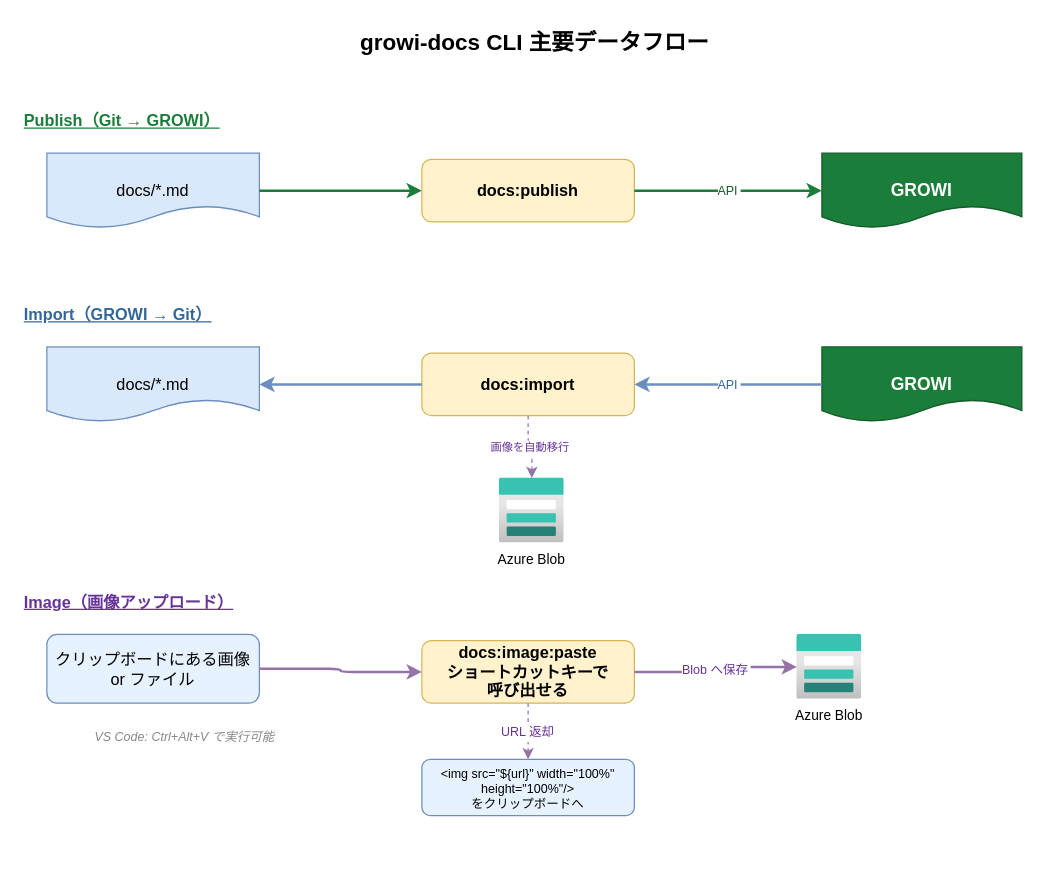
This is TechMeeting202604/docs-dataflow.drawio from Mori-Taiki/Presentation, a draw.io file, before an edit. Source tidied: cells renumbered, new cells numbered last; positions are measured from the earlier drawing's top-left corner, leaving out a move shared by most shapes. Both pictures are drawn from the tidied source at 125%, with x=0, y=0 at pixel (21, 21). Pictures stored in the file or linked from it are replaced by grey dashed boxes.
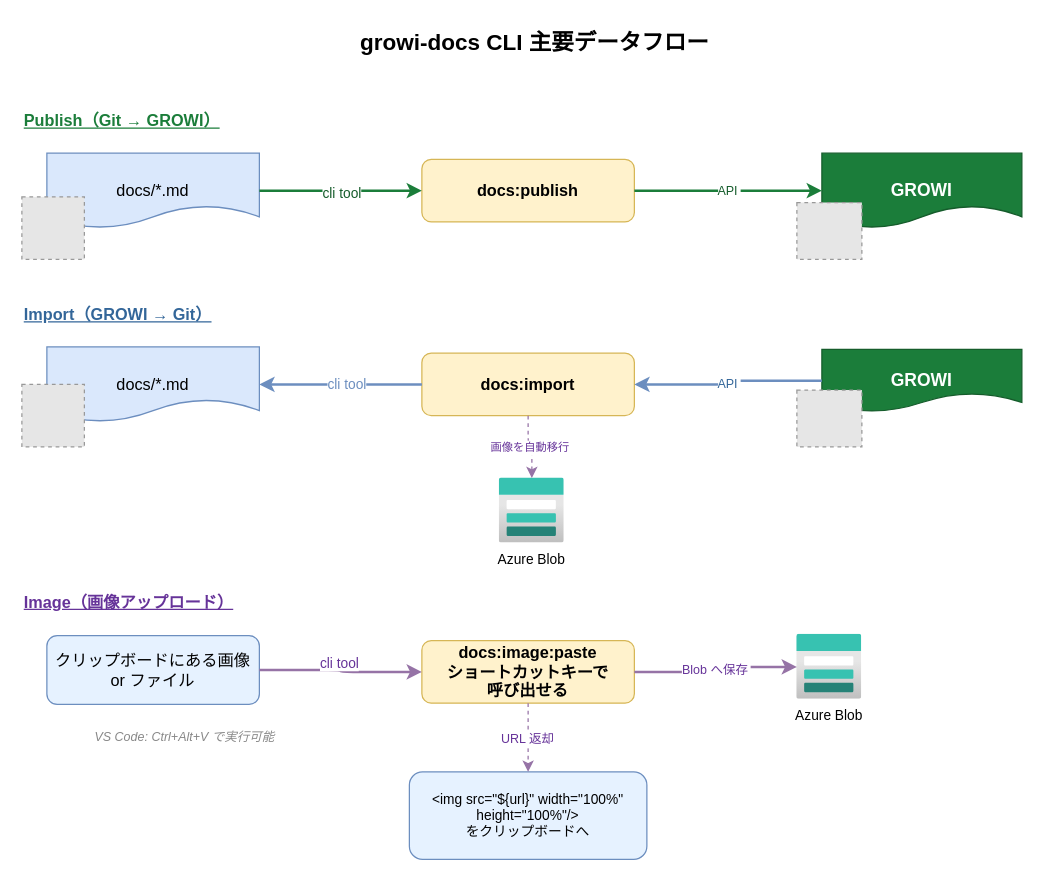
After the change.

Unchanged cells that the change refers to:
```xml
<mxCell id="7" style="edgeStyle=orthogonalEdgeStyle;rounded=1;jettySize=auto;fontSize=10;strokeWidth=2;strokeColor=#1B7D3A;" parent="1" edge="1" source="4" target="5">
  <mxGeometry relative="1" as="geometry" />
</mxCell>
<mxCell id="15" style="edgeStyle=orthogonalEdgeStyle;rounded=1;jettySize=auto;fontSize=10;strokeWidth=2;strokeColor=#6C8EBF;" parent="1" edge="1" source="11" target="12">
  <mxGeometry relative="1" as="geometry" />
</mxCell>
<mxCell id="22" style="edgeStyle=orthogonalEdgeStyle;rounded=1;jettySize=auto;fontSize=10;strokeWidth=2;strokeColor=#9673A6;" parent="1" edge="1" source="18" target="19">
  <mxGeometry relative="1" as="geometry" />
</mxCell>
```

Diff of the diagram source:
```diff
@@
+    <mxCell id="26" value="cli tool" style="edgeLabel;html=1;align=center;verticalAlign=middle;fontColor=#155C2B;" parent="7" vertex="1">
+      <mxGeometry y="-1" relative="1" as="geometry" />
+    </mxCell>
@@
     <mxCell id="10" value="GROWI" style="shape=document;whiteSpace=wrap;fillColor=#1B7D3A;strokeColor=#155C2B;fontColor=#fff;fontSize=14;fontStyle=1;" parent="1" vertex="1">
-      <mxGeometry x="640" y="260" width="160" height="60" as="geometry" />
+      <mxGeometry x="640" y="262" width="160" height="50" as="geometry" />
     </mxCell>
@@
+    <mxCell id="27" value="cli tool" style="edgeLabel;html=1;align=center;verticalAlign=middle;fontColor=#6C8EBF;" parent="15" vertex="1">
+      <mxGeometry x="-0.06" y="-1" relative="1" as="geometry" />
+    </mxCell>
@@
     <mxCell id="18" value="クリップボードにある画像&#10;or ファイル" style="rounded=1;whiteSpace=wrap;fillColor=#E6F2FF;strokeColor=#6C8EBF;fontSize=13;" parent="1" vertex="1">
-      <mxGeometry x="20" y="490" width="170" height="55" as="geometry" />
+      <mxGeometry x="20" y="491" width="170" height="55" as="geometry" />
     </mxCell>
@@
-    <mxCell id="21" value="&lt;img src=&quot;${url}&quot; width=&quot;100%&quot; height=&quot;100%&quot;/&gt;&#10;をクリップボードへ" style="rounded=1;whiteSpace=wrap;fillColor=#E6F2FF;strokeColor=#6C8EBF;fontSize=10;" parent="1" vertex="1">
-      <mxGeometry x="320" y="590" width="170" height="45" as="geometry" />
+    <mxCell id="21" value="&lt;img src=&quot;${url}&quot; width=&quot;100%&quot; height=&quot;100%&quot;/&gt;&#10;をクリップボードへ" style="rounded=1;whiteSpace=wrap;fillColor=#E6F2FF;strokeColor=#6C8EBF;fontSize=11;" parent="1" vertex="1">
+      <mxGeometry x="310" y="600" width="190" height="70" as="geometry" />
     </mxCell>
@@
+    <mxCell id="28" value="cli tool" style="edgeLabel;html=1;align=center;verticalAlign=middle;fontColor=#663399;" parent="22" vertex="1">
+      <mxGeometry x="-0.02" y="4" relative="1" as="geometry">
+        <mxPoint x="-1" y="-2" as="offset" />
+      </mxGeometry>
+    </mxCell>
@@
+    <mxCell id="29" style="fillColor=#E6E6E6;strokeColor=#999999;dashed=1;verticalLabelPosition=bottom;verticalAlign=top;" parent="1" vertex="1">
+      <mxGeometry y="140" width="50" height="50" as="geometry" />
+    </mxCell>
+    <mxCell id="30" style="fillColor=#E6E6E6;strokeColor=#999999;dashed=1;verticalLabelPosition=bottom;verticalAlign=top;" parent="1" vertex="1">
+      <mxGeometry y="290" width="50" height="50" as="geometry" />
+    </mxCell>
+    <mxCell id="31" style="fillColor=#E6E6E6;strokeColor=#999999;dashed=1;verticalLabelPosition=bottom;verticalAlign=top;" parent="1" vertex="1">
+      <mxGeometry x="620" y="144.5" width="52" height="45.5" as="geometry" />
+    </mxCell>
+    <mxCell id="32" style="fillColor=#E6E6E6;strokeColor=#999999;dashed=1;verticalLabelPosition=bottom;verticalAlign=top;" parent="1" vertex="1">
+      <mxGeometry x="620" y="294.5" width="52" height="45.5" as="geometry" />
+    </mxCell>
```
